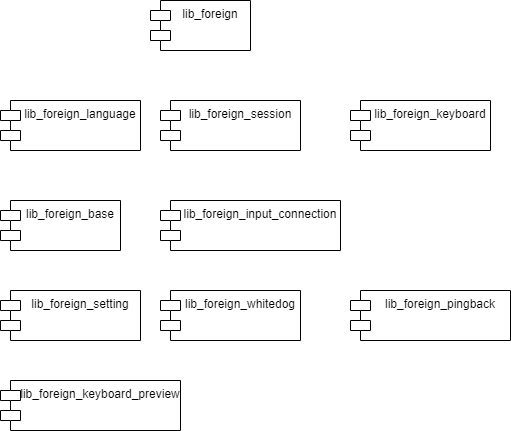
chonglv/charts keeps this draw.io diagram as input/Foreign Diagram.png. Above is the earlier version. Source tidied: cells renumbered, new cells last; positions are measured from the earlier drawing's top-left corner, leaving out a move shared by most shapes.
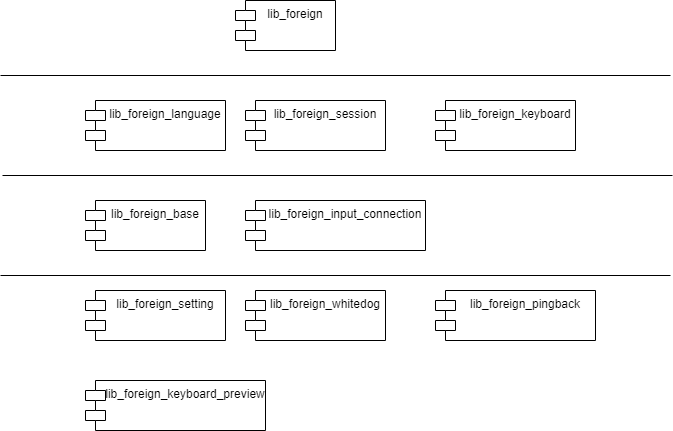
The same file after the commit.

Diff of the diagram source:
```diff
@@ -32,5 +32,14 @@
     <mxCell id="11" value="lib_foreign_keyboard_preview" style="shape=module;align=left;spacingLeft=20;align=center;verticalAlign=top;" parent="1" vertex="1">
       <mxGeometry y="380" width="180" height="50" as="geometry" />
     </mxCell>
+    <mxCell id="12" style="line;strokeWidth=1;fillColor=none;align=left;verticalAlign=middle;spacingTop=-1;spacingLeft=3;spacingRight=3;labelPosition=right;" parent="1" vertex="1">
+      <mxGeometry x="-83" y="150" width="670" height="50" as="geometry" />
+    </mxCell>
+    <mxCell id="13" style="line;strokeWidth=1;fillColor=none;align=left;verticalAlign=middle;spacingTop=-1;spacingLeft=3;spacingRight=3;labelPosition=right;" parent="1" vertex="1">
+      <mxGeometry x="-85" y="50" width="670" height="50" as="geometry" />
+    </mxCell>
+    <mxCell id="14" style="line;strokeWidth=1;fillColor=none;align=left;verticalAlign=middle;spacingTop=-1;spacingLeft=3;spacingRight=3;labelPosition=right;" parent="1" vertex="1">
+      <mxGeometry x="-85" y="250" width="670" height="50" as="geometry" />
+    </mxCell>
   </root>
 </mxGraphModel>
```
